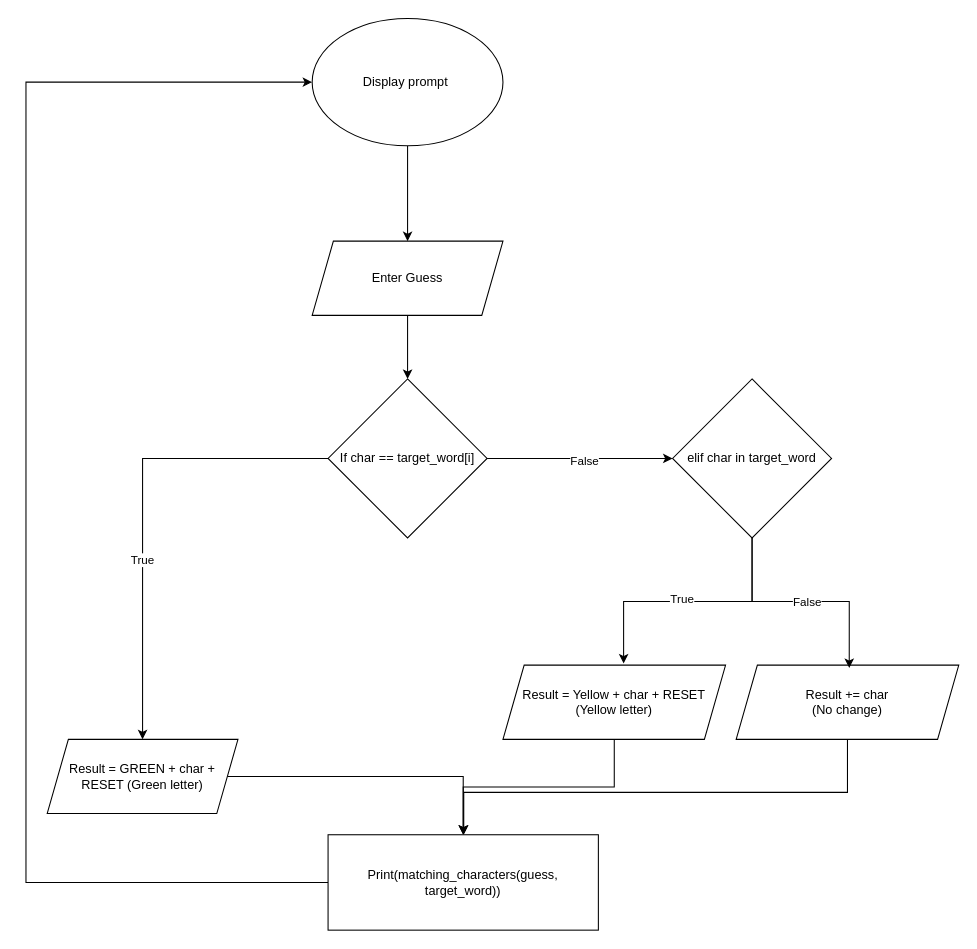
This is flowchart.drawio from AppleBottomSneed/project-files-2023, a draw.io file, before an edit. Source tidied: cells renumbered, new cells numbered last; positions are measured from the earlier drawing's top-left corner, leaving out a move shared by most shapes. Both pictures are drawn from the tidied source at 106%, with x=0, y=0 at pixel (25, 18).
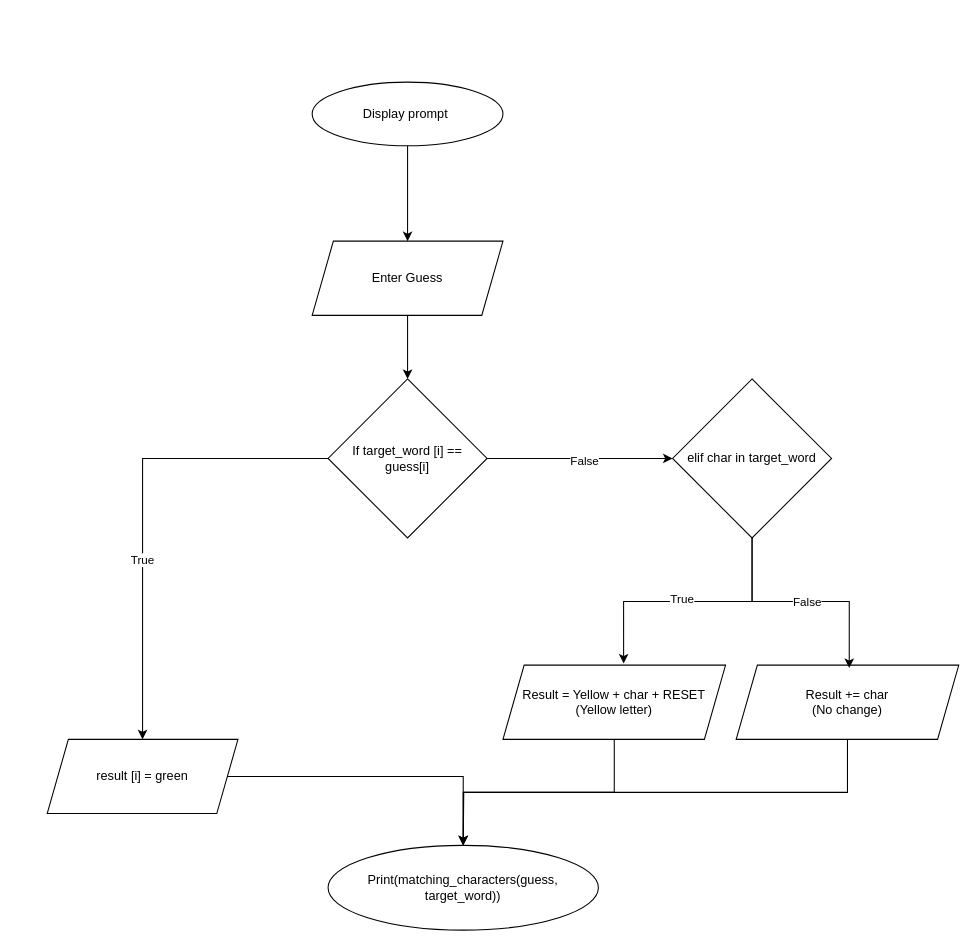
Above is the later version.

The edit, as a diff of the source:
```diff
@@
     <mxCell id="3" value="Display prompt&amp;nbsp;" style="ellipse;whiteSpace=wrap;html=1;" parent="1" vertex="1">
-      <mxGeometry x="270" width="180" height="120" as="geometry" />
+      <mxGeometry x="270" y="60" width="180" height="60" as="geometry" />
     </mxCell>
@@
-    <mxCell id="9" value="If char == target_word[i]" style="rhombus;whiteSpace=wrap;html=1;" parent="1" vertex="1">
+    <mxCell id="9" value="If target_word [i] == guess[i]" style="rhombus;whiteSpace=wrap;html=1;" parent="1" vertex="1">
       <mxGeometry x="285" y="340" width="150" height="150" as="geometry" />
     </mxCell>
@@
-    <mxCell id="11" value="Result = GREEN + char + RESET (Green letter)" style="shape=parallelogram;perimeter=parallelogramPerimeter;whiteSpace=wrap;html=1;fixedSize=1;" parent="1" vertex="1">
+    <mxCell id="11" value="result [i] = green" style="shape=parallelogram;perimeter=parallelogramPerimeter;whiteSpace=wrap;html=1;fixedSize=1;" parent="1" vertex="1">
       <mxGeometry x="20" y="680" width="180" height="70" as="geometry" />
     </mxCell>
@@
-    <mxCell id="21" style="edgeStyle=orthogonalEdgeStyle;rounded=0;jettySize=auto;html=1;entryX=0;entryY=0.5;entryDx=0;entryDy=0;" parent="1" edge="1" source="22" target="3">
-      <mxGeometry relative="1" as="geometry">
-        <Array as="points">
-          <mxPoint y="815" />
-          <mxPoint y="60" />
-        </Array>
-      </mxGeometry>
-    </mxCell>
-    <mxCell id="22" value="Print(matching_characters(guess, target_word))" style="rounded=0;whiteSpace=wrap;html=1;" parent="1" vertex="1">
-      <mxGeometry x="285" y="770" width="255" height="90" as="geometry" />
+    <mxCell id="22" value="Print(matching_characters(guess, target_word))" style="rounded=0;whiteSpace=wrap;html=1;shape=ellipse;perimeter=ellipsePerimeter;" parent="1" vertex="1">
+      <mxGeometry x="285" y="780" width="255" height="80" as="geometry" />
     </mxCell>
```
